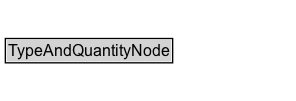
Above: docs/diagrams/TypeAndQuantityNode.dot.png in k-vaughn/ontology-import-gr (Graphviz), before the change. Its source is kept beside it as docs/diagrams/TypeAndQuantityNode.dot. The source it was exported from:
```dot
digraph {
	graph [overlap=false rankdir=TB splines=true]
	node [fontname=Arial fontsize=12 margin=0 shape=none]
	edge [fontname=Arial fontsize=11]
	TypeAndQuantityNode [label=<<TABLE BORDER="1" CELLBORDER="0" CELLSPACING="0" CELLPADDING="1"><TR><TD BGCOLOR="lightgray" ALIGN="CENTER">TypeAndQuantityNode</TD></TR></TABLE>> URL="../TypeAndQuantityNode" margin=0]
	{
		rank=max
	}
	subgraph cluster_associated {
		label="" style=invis
		Invis [label=<<TABLE BORDER="0" CELLBORDER="0" CELLSPACING="0" CELLPADDING="1"><TR><TD></TD></TR></TABLE>> margin=0 style=invis]
	}
}
```
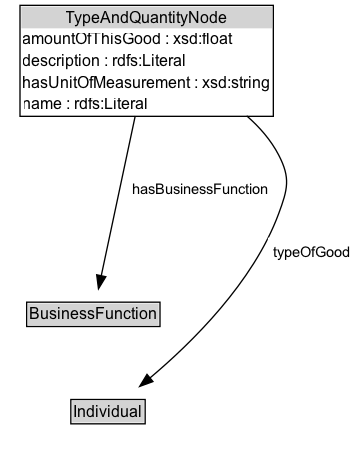
After the commit.

Change to the diagram source:
```diff
@@ -2,12 +2,24 @@
 	graph [overlap=false rankdir=TB splines=true]
 	node [fontname=Arial fontsize=12 margin=0 shape=none]
 	edge [fontname=Arial fontsize=11]
-	TypeAndQuantityNode [label=<<TABLE BORDER="1" CELLBORDER="0" CELLSPACING="0" CELLPADDING="1"><TR><TD BGCOLOR="lightgray" ALIGN="CENTER">TypeAndQuantityNode</TD></TR></TABLE>> URL="../TypeAndQuantityNode" margin=0]
+	{
+		rank=source
+	}
+	TypeAndQuantityNode [label=<<TABLE BORDER="1" CELLBORDER="0" CELLSPACING="0" CELLPADDING="1"><TR><TD BGCOLOR="lightgray" ALIGN="CENTER">TypeAndQuantityNode</TD></TR><TR><TD ALIGN="LEFT">amountOfThisGood : xsd:float</TD></TR><TR><TD ALIGN="LEFT">description : rdfs:Literal</TD></TR><TR><TD ALIGN="LEFT">hasUnitOfMeasurement : xsd:string</TD></TR><TR><TD ALIGN="LEFT">name : rdfs:Literal</TD></TR></TABLE>> URL="../TypeAndQuantityNode" margin=0]
 	{
 		rank=max
 	}
 	subgraph cluster_associated {
 		label="" style=invis
 		Invis [label=<<TABLE BORDER="0" CELLBORDER="0" CELLSPACING="0" CELLPADDING="1"><TR><TD></TD></TR></TABLE>> margin=0 style=invis]
+		BusinessFunction [label=<<TABLE BORDER="1" CELLBORDER="0" CELLSPACING="0" CELLPADDING="1"><TR><TD BGCOLOR="lightgray" ALIGN="CENTER">BusinessFunction</TD></TR></TABLE>> URL="../BusinessFunction" margin=0]
+		Individual [label=<<TABLE BORDER="1" CELLBORDER="0" CELLSPACING="0" CELLPADDING="1"><TR><TD BGCOLOR="lightgray" ALIGN="CENTER">Individual</TD></TR></TABLE>> URL="../Individual" margin=0]
 	}
+	TypeAndQuantityNode -> Invis [style=invis]
+	Invis -> BusinessFunction [style=invis]
+	BusinessFunction -> Individual [style=invis]
+	BusinessFunction [label=<<TABLE BORDER="1" CELLBORDER="0" CELLSPACING="0" CELLPADDING="1"><TR><TD BGCOLOR="lightgray" ALIGN="CENTER">BusinessFunction</TD></TR></TABLE>> URL="../BusinessFunction" margin=0]
+	TypeAndQuantityNode -> BusinessFunction [label=<<TABLE BORDER="0" CELLBORDER="0" CELLSPACING="0" CELLPADDING="4" BGCOLOR="white"><TR><TD ALIGN="CENTER">hasBusinessFunction</TD></TR></TABLE>> arrowhead=normal style=solid]
+	Individual [label=<<TABLE BORDER="1" CELLBORDER="0" CELLSPACING="0" CELLPADDING="1"><TR><TD BGCOLOR="lightgray" ALIGN="CENTER">Individual</TD></TR></TABLE>> URL="../Individual" margin=0]
+	TypeAndQuantityNode -> Individual [label=<<TABLE BORDER="0" CELLBORDER="0" CELLSPACING="0" CELLPADDING="4" BGCOLOR="white"><TR><TD ALIGN="CENTER">typeOfGood</TD></TR></TABLE>> arrowhead=normal style=solid]
 }
```
